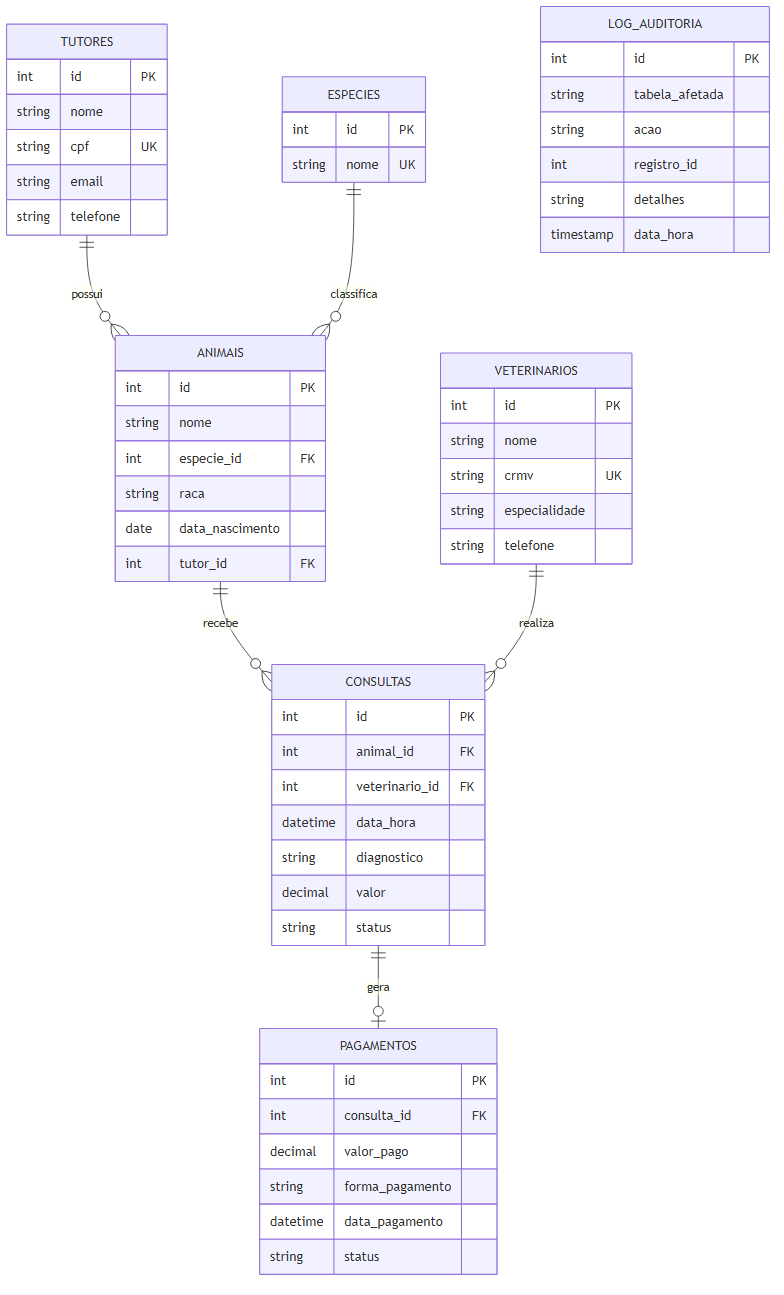
The Mermaid diagram docs/der.png in AlexandreCalmon-devBa/petvida-db, before a commit. Its source is kept beside it as docs/der.mmd.
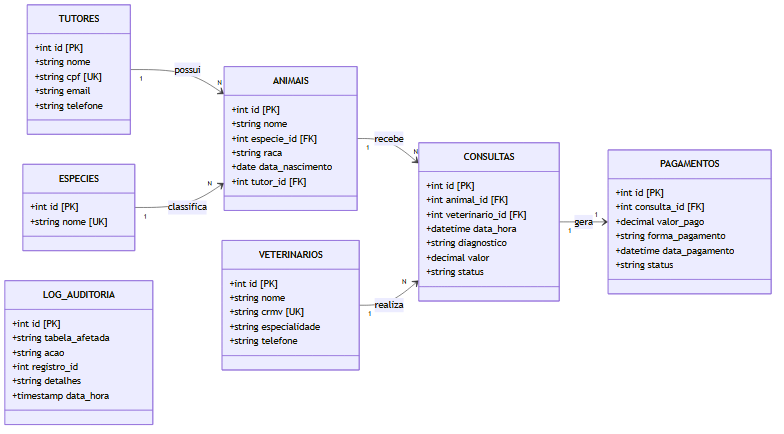
After the commit.

Commit message:
docs: add entity-relationship diagram using Mermaid and update lock file

What changed in the source:
```diff
@@ -1,64 +1,66 @@
-erDiagram
-    TUTORES {
-        int id PK
-        string nome
-        string cpf UK
-        string email
-        string telefone
-    }
+classDiagram
+  direction LR
 
-    ESPECIES {
-        int id PK
-        string nome UK
-    }
+  class TUTORES {
+      +int id [PK]
+      +string nome
+      +string cpf [UK]
+      +string email
+      +string telefone
+  }
 
-    VETERINARIOS {
-        int id PK
-        string nome
-        string crmv UK
-        string especialidade
-        string telefone
-    }
+  class ESPECIES {
+      +int id [PK]
+      +string nome [UK]
+  }
 
-    ANIMAIS {
-        int id PK
-        string nome
-        int especie_id FK
-        string raca
-        date data_nascimento
-        int tutor_id FK
-    }
+  class VETERINARIOS {
+      +int id [PK]
+      +string nome
+      +string crmv [UK]
+      +string especialidade
+      +string telefone
+  }
 
-    CONSULTAS {
-        int id PK
-        int animal_id FK
-        int veterinario_id FK
-        datetime data_hora
-        string diagnostico
-        decimal valor
-        string status
-    }
+  class ANIMAIS {
+      +int id [PK]
+      +string nome
+      +int especie_id [FK]
+      +string raca
+      +date data_nascimento
+      +int tutor_id [FK]
+  }
 
-    PAGAMENTOS {
-        int id PK
-        int consulta_id FK
-        decimal valor_pago
-        string forma_pagamento
-        datetime data_pagamento
-        string status
-    }
+  class CONSULTAS {
+      +int id [PK]
+      +int animal_id [FK]
+      +int veterinario_id [FK]
+      +datetime data_hora
+      +string diagnostico
+      +decimal valor
+      +string status
+  }
 
-    LOG_AUDITORIA {
-        int id PK
-        string tabela_afetada
-        string acao
-        int registro_id
-        string detalhes
-        timestamp data_hora
-    }
+  class PAGAMENTOS {
+      +int id [PK]
+      +int consulta_id [FK]
+      +decimal valor_pago
+      +string forma_pagamento
+      +datetime data_pagamento
+      +string status
+  }
 
-    TUTORES ||--o{ ANIMAIS : "possui"
-    ESPECIES ||--o{ ANIMAIS : "classifica"
-    ANIMAIS ||--o{ CONSULTAS : "recebe"
-    VETERINARIOS ||--o{ CONSULTAS : "realiza"
-    CONSULTAS ||--o| PAGAMENTOS : "gera"
+  class LOG_AUDITORIA {
+      +int id [PK]
+      +string tabela_afetada
+      +string acao
+      +int registro_id
+      +string detalhes
+      +timestamp data_hora
+  }
+
+  TUTORES "1" --> "N" ANIMAIS : possui
+  ESPECIES "1" --> "N" ANIMAIS : classifica
+  ANIMAIS "1" --> "N" CONSULTAS : recebe
+  VETERINARIOS "1" --> "N" CONSULTAS : realiza
+  CONSULTAS "1" --> "1" PAGAMENTOS : gera
```
